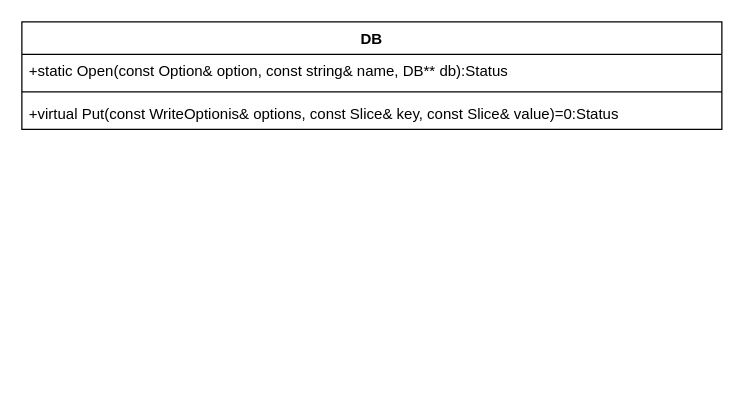
This is leveldb.drawio from matenghakuna163/ebook, a draw.io file, before an edit. Source tidied: cells renumbered, new cells numbered last; positions are measured from the earlier drawing's top-left corner, leaving out a move shared by most shapes. Both pictures are drawn from the tidied source at 125%, with x=0, y=0 at pixel (21, 21).
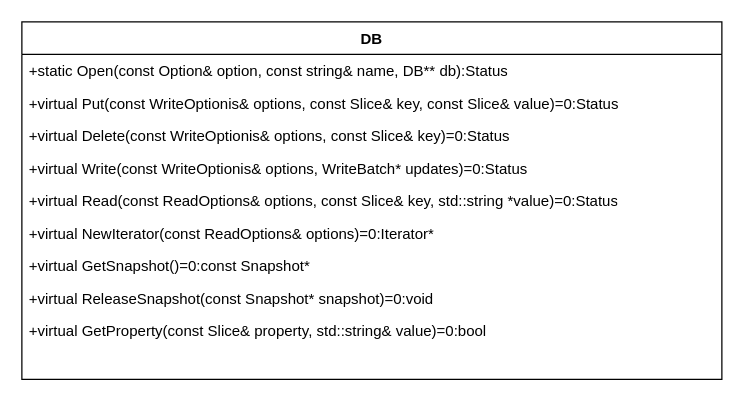
After the change.

Diff of the diagram source:
```diff
@@
 <mxGraphModel>
   <root>
     <mxCell id="0" />
     <mxCell id="1" parent="0" />
-    <mxCell id="2" value="DB" style="swimlane;fontStyle=1;align=center;verticalAlign=top;horizontal=1;startSize=26;whiteSpace=wrap;html=1;" parent="1" vertex="1">
-      <mxGeometry width="560" height="86" as="geometry" />
+    <mxCell id="2" value="DB" style="swimlane;fontStyle=1;align=center;verticalAlign=top;horizontal=1;startSize=26;whiteSpace=wrap;html=1;glass=0;fontFamily=Helvetica;" parent="1" vertex="1">
+      <mxGeometry width="560" height="286" as="geometry" />
     </mxCell>
-    <mxCell id="3" value="+static Open(const Option&amp;amp; option, const string&amp;amp; name, DB** db):Status" style="text;strokeColor=none;fillColor=none;align=left;verticalAlign=top;spacingLeft=4;spacingRight=4;overflow=hidden;whiteSpace=wrap;html=1;" parent="2" vertex="1">
+    <mxCell id="3" value="+static Open(const Option&amp;amp; option, const string&amp;amp; name, DB** db):Status" style="text;strokeColor=none;fillColor=none;align=left;verticalAlign=top;spacingLeft=4;spacingRight=4;overflow=hidden;whiteSpace=wrap;html=1;fontFamily=Helvetica;" parent="2" vertex="1">
       <mxGeometry y="26" width="560" height="26" as="geometry" />
     </mxCell>
-    <mxCell id="4" style="line;strokeWidth=1;fillColor=none;align=left;verticalAlign=middle;spacingTop=-1;spacingLeft=3;spacingRight=3;labelPosition=right;strokeColor=inherit;" parent="2" vertex="1">
-      <mxGeometry y="52" width="560" height="8" as="geometry" />
-    </mxCell>
-    <mxCell id="5" value="+virtual Put(const WriteOptionis&amp;amp; options, const Slice&amp;amp; key, const Slice&amp;amp; value)=0:Status" style="text;strokeColor=none;fillColor=none;align=left;verticalAlign=top;spacingLeft=4;spacingRight=4;overflow=hidden;whiteSpace=wrap;html=1;" parent="2" vertex="1">
-      <mxGeometry y="60" width="560" height="26" as="geometry" />
+    <mxCell id="5" value="+virtual Put(const WriteOptionis&amp;amp; options, const Slice&amp;amp; key, const Slice&amp;amp; value)=0:Status" style="text;strokeColor=none;fillColor=none;align=left;verticalAlign=top;spacingLeft=4;spacingRight=4;overflow=hidden;whiteSpace=wrap;html=1;fontFamily=Helvetica;" parent="2" vertex="1">
+      <mxGeometry y="52" width="560" height="26" as="geometry" />
     </mxCell>
+    <mxCell id="6" value="+virtual Delete(const WriteOptionis&amp;amp; options, const Slice&amp;amp; key)=0:Status" style="text;strokeColor=none;fillColor=none;align=left;verticalAlign=top;spacingLeft=4;spacingRight=4;overflow=hidden;whiteSpace=wrap;html=1;fontFamily=Helvetica;" parent="2" vertex="1">
+      <mxGeometry y="78" width="560" height="26" as="geometry" />
+    </mxCell>
+    <mxCell id="7" value="+virtual Write(const WriteOptionis&amp;amp; options, WriteBatch* updates)=0:Status" style="text;strokeColor=none;fillColor=none;align=left;verticalAlign=top;spacingLeft=4;spacingRight=4;overflow=hidden;whiteSpace=wrap;html=1;fontFamily=Helvetica;" parent="2" vertex="1">
+      <mxGeometry y="104" width="560" height="26" as="geometry" />
+    </mxCell>
+    <mxCell id="8" value="+virtual Read(const ReadOptions&amp;amp; options, const Slice&amp;amp; key, std::string *value)=0:Status&lt;br&gt;" style="text;strokeColor=none;fillColor=none;align=left;verticalAlign=top;spacingLeft=4;spacingRight=4;overflow=hidden;whiteSpace=wrap;html=1;fontFamily=Helvetica;" parent="2" vertex="1">
+      <mxGeometry y="130" width="560" height="26" as="geometry" />
+    </mxCell>
+    <mxCell id="9" value="+virtual NewIterator(const ReadOptions&amp;amp; options)=0:Iterator*" style="text;strokeColor=none;fillColor=none;align=left;verticalAlign=top;spacingLeft=4;spacingRight=4;overflow=hidden;whiteSpace=wrap;html=1;fontFamily=Helvetica;" parent="2" vertex="1">
+      <mxGeometry y="156" width="560" height="26" as="geometry" />
+    </mxCell>
+    <mxCell id="10" value="+virtual GetSnapshot()=0:const Snapshot*" style="text;strokeColor=none;fillColor=none;align=left;verticalAlign=top;spacingLeft=4;spacingRight=4;overflow=hidden;whiteSpace=wrap;html=1;fontFamily=Helvetica;" parent="2" vertex="1">
+      <mxGeometry y="182" width="560" height="26" as="geometry" />
+    </mxCell>
+    <mxCell id="11" value="+virtual ReleaseSnapshot(const Snapshot* snapshot)=0:void" style="text;strokeColor=none;fillColor=none;align=left;verticalAlign=top;spacingLeft=4;spacingRight=4;overflow=hidden;whiteSpace=wrap;html=1;fontFamily=Helvetica;" parent="2" vertex="1">
+      <mxGeometry y="208" width="560" height="26" as="geometry" />
+    </mxCell>
+    <mxCell id="12" value="+virtual GetProperty(const Slice&amp;amp; property, std::string&amp;amp; value)=0:bool" style="text;strokeColor=none;fillColor=none;align=left;verticalAlign=top;spacingLeft=4;spacingRight=4;overflow=hidden;whiteSpace=wrap;html=1;fontFamily=Helvetica;" parent="2" vertex="1">
+      <mxGeometry y="234" width="560" height="26" as="geometry" />
+    </mxCell>
+    <mxCell id="13" style="text;strokeColor=none;fillColor=none;align=left;verticalAlign=top;spacingLeft=4;spacingRight=4;overflow=hidden;whiteSpace=wrap;html=1;fontFamily=Helvetica;" parent="2" vertex="1">
+      <mxGeometry y="260" width="560" height="26" as="geometry" />
+    </mxCell>
   </root>
 </mxGraphModel>
```
